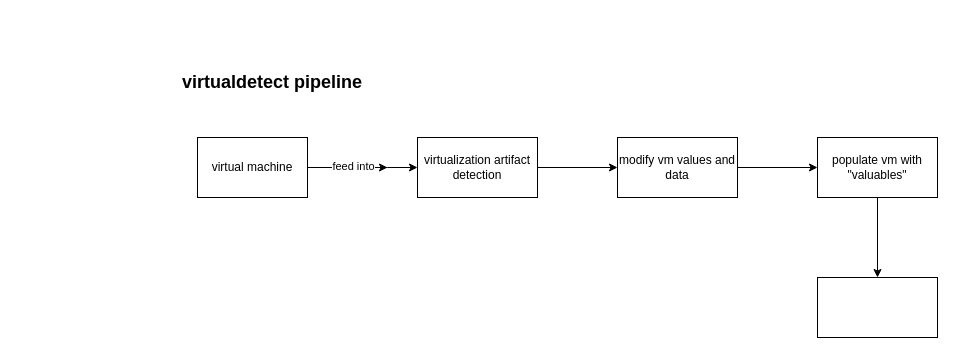
connorfuchs1/virtualdetect keeps this draw.io diagram as Untitled Diagram.drawio. Above is the earlier version. Source tidied: cells renumbered, new cells numbered last; positions are measured from the earlier drawing's top-left corner, leaving out a move shared by most shapes. Both pictures are drawn from the tidied source at 100%, with x=0, y=0 at pixel (17, 17).
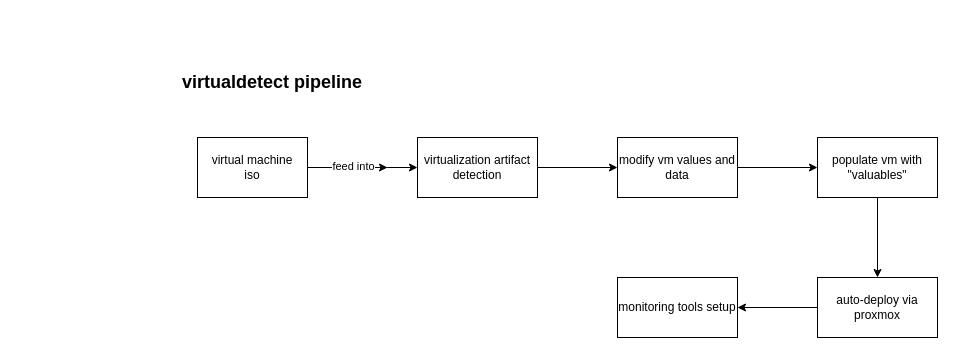
The same diagram, later.

Diff of the diagram source:
```diff
@@
 <mxGraphModel>
   <root>
     <mxCell id="0" />
     <mxCell id="1" parent="0" />
     <mxCell id="2" style="edgeStyle=orthogonalEdgeStyle;rounded=0;jettySize=auto;html=1;" parent="1" edge="1" source="5">
       <mxGeometry relative="1" as="geometry">
         <mxPoint x="370" y="150" as="targetPoint" />
       </mxGeometry>
     </mxCell>
     <mxCell id="3" style="edgeStyle=orthogonalEdgeStyle;rounded=0;jettySize=auto;html=1;entryX=0;entryY=0.5;entryDx=0;entryDy=0;" parent="1" edge="1" source="5" target="8">
       <mxGeometry relative="1" as="geometry">
         <Array as="points">
           <mxPoint x="370" y="150" />
           <mxPoint x="370" y="150" />
         </Array>
       </mxGeometry>
     </mxCell>
     <mxCell id="4" value="feed into" style="edgeLabel;html=1;align=center;verticalAlign=middle;" parent="3" vertex="1">
       <mxGeometry x="-0.18" y="2" relative="1" as="geometry" />
     </mxCell>
-    <mxCell id="5" value="virtual machine" style="rounded=0;whiteSpace=wrap;html=1;" parent="1" vertex="1">
+    <mxCell id="5" value="virtual machine&lt;div&gt;iso&lt;/div&gt;" style="rounded=0;whiteSpace=wrap;html=1;" parent="1" vertex="1">
       <mxGeometry x="180" y="120" width="110" height="60" as="geometry" />
     </mxCell>
     <mxCell id="6" value="&lt;h2&gt;virtualdetect pipeline&lt;/h2&gt;" style="text;strokeColor=none;align=center;fillColor=none;html=1;verticalAlign=middle;whiteSpace=wrap;rounded=0;" parent="1" vertex="1">
       <mxGeometry width="510" height="130" as="geometry" />
     </mxCell>
     <mxCell id="7" style="edgeStyle=orthogonalEdgeStyle;rounded=0;jettySize=auto;html=1;" parent="1" edge="1" source="8" target="10">
       <mxGeometry relative="1" as="geometry" />
     </mxCell>
     <mxCell id="8" value="virtualization artifact detection" style="rounded=0;whiteSpace=wrap;html=1;" parent="1" vertex="1">
       <mxGeometry x="400" y="120" width="120" height="60" as="geometry" />
     </mxCell>
     <mxCell id="9" style="edgeStyle=orthogonalEdgeStyle;rounded=0;jettySize=auto;html=1;" parent="1" edge="1" source="10" target="12">
       <mxGeometry relative="1" as="geometry" />
     </mxCell>
     <mxCell id="10" value="modify vm values and data" style="rounded=0;whiteSpace=wrap;html=1;" parent="1" vertex="1">
       <mxGeometry x="600" y="120" width="120" height="60" as="geometry" />
     </mxCell>
     <mxCell id="11" style="edgeStyle=orthogonalEdgeStyle;rounded=0;jettySize=auto;html=1;" parent="1" edge="1" source="12" target="13">
       <mxGeometry relative="1" as="geometry" />
     </mxCell>
     <mxCell id="12" value="populate vm with &quot;valuables&quot;" style="rounded=0;whiteSpace=wrap;html=1;" parent="1" vertex="1">
       <mxGeometry x="800" y="120" width="120" height="60" as="geometry" />
     </mxCell>
+    <mxCell id="14" style="edgeStyle=orthogonalEdgeStyle;rounded=0;jettySize=auto;html=1;" parent="1" edge="1" source="13" target="15">
+      <mxGeometry relative="1" as="geometry" />
+    </mxCell>
-    <mxCell id="13" style="whiteSpace=wrap;html=1;rounded=0;" parent="1" vertex="1">
+    <mxCell id="13" value="auto-deploy via proxmox" style="whiteSpace=wrap;html=1;rounded=0;" parent="1" vertex="1">
       <mxGeometry x="800" y="260" width="120" height="60" as="geometry" />
     </mxCell>
+    <mxCell id="15" value="monitoring tools setup" style="whiteSpace=wrap;html=1;rounded=0;" parent="1" vertex="1">
+      <mxGeometry x="600" y="260" width="120" height="60" as="geometry" />
+    </mxCell>
   </root>
 </mxGraphModel>
```
